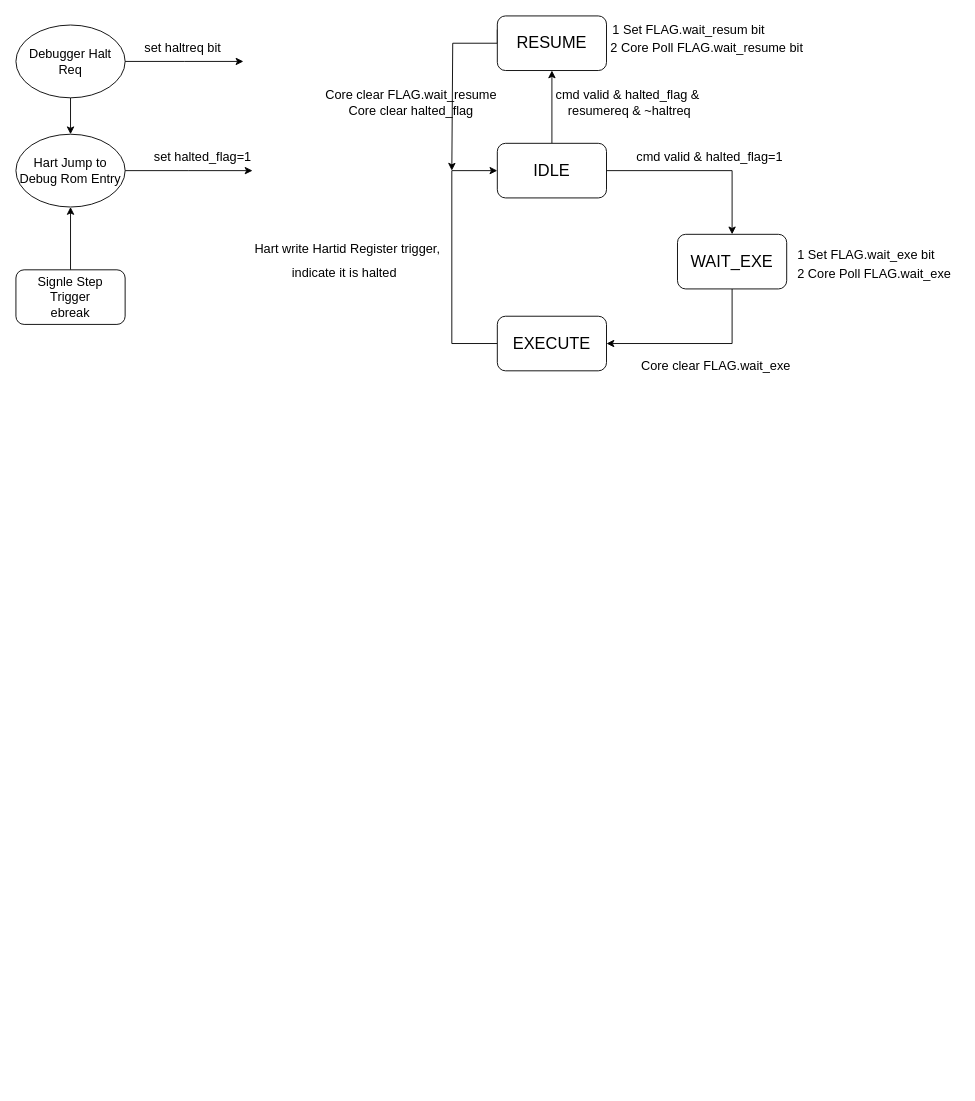
The draw.io diagram 未命名绘图.drawio in blin123/hdl, before the edit. Source tidied: cells renumbered, new cells numbered last; positions are measured from the earlier drawing's top-left corner, leaving out a move shared by most shapes. Both pictures are drawn from the tidied source at 91%, with x=0, y=0 at pixel (15, 15).
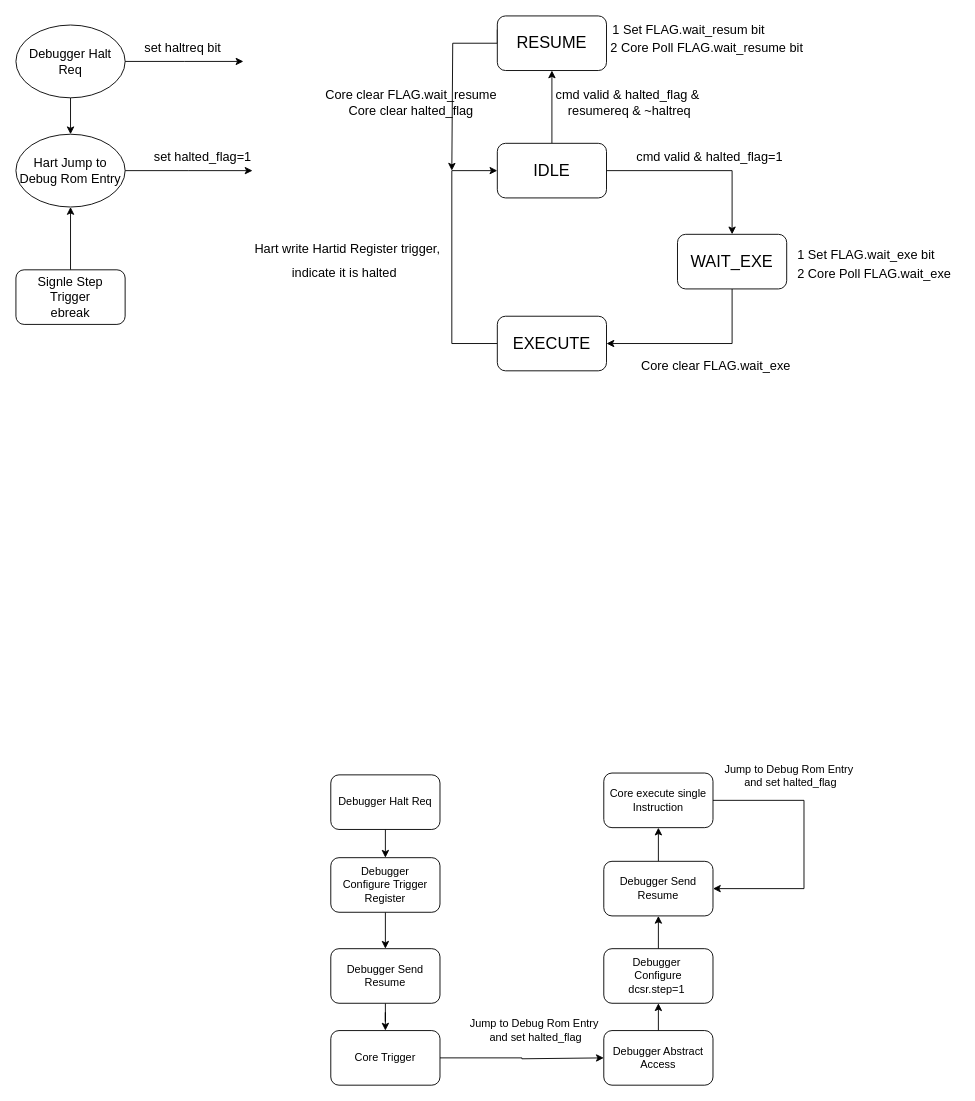
Above is the later version.

Commit message:
更新未命名绘图.drawio

Diff of the diagram source:
```diff
@@
+    <mxCell id="29" style="edgeStyle=orthogonalEdgeStyle;rounded=0;jettySize=auto;html=1;exitX=0.5;exitY=1;exitDx=0;exitDy=0;entryX=0.5;entryY=0;entryDx=0;entryDy=0;" parent="1" edge="1" source="30" target="32">
+      <mxGeometry relative="1" as="geometry" />
+    </mxCell>
+    <mxCell id="30" value="Debugger Halt Req" style="rounded=1;whiteSpace=wrap;html=1;" parent="1" vertex="1">
+      <mxGeometry x="346" y="834" width="120" height="60" as="geometry" />
+    </mxCell>
+    <mxCell id="31" style="edgeStyle=orthogonalEdgeStyle;rounded=0;jettySize=auto;html=1;exitX=0.5;exitY=1;exitDx=0;exitDy=0;entryX=0.5;entryY=0;entryDx=0;entryDy=0;" parent="1" edge="1" source="32" target="34">
+      <mxGeometry relative="1" as="geometry" />
+    </mxCell>
+    <mxCell id="32" value="Debugger C&lt;span style=&quot;white-space: pre;&quot;&gt;onfigure&lt;/span&gt;&amp;nbsp;Trigger Register" style="rounded=1;whiteSpace=wrap;html=1;" parent="1" vertex="1">
+      <mxGeometry x="346" y="925" width="120" height="60" as="geometry" />
+    </mxCell>
+    <mxCell id="33" style="edgeStyle=orthogonalEdgeStyle;rounded=0;jettySize=auto;html=1;exitX=0.5;exitY=1;exitDx=0;exitDy=0;" parent="1" edge="1" source="34" target="36">
+      <mxGeometry relative="1" as="geometry" />
+    </mxCell>
+    <mxCell id="34" value="Debugger Send Resume" style="rounded=1;whiteSpace=wrap;html=1;" parent="1" vertex="1">
+      <mxGeometry x="346" y="1025" width="120" height="60" as="geometry" />
+    </mxCell>
+    <mxCell id="35" style="edgeStyle=orthogonalEdgeStyle;rounded=0;jettySize=auto;html=1;exitX=1;exitY=0.5;exitDx=0;exitDy=0;entryX=0;entryY=0.5;entryDx=0;entryDy=0;" parent="1" edge="1" source="36" target="39">
+      <mxGeometry relative="1" as="geometry">
+        <Array as="points">
+          <mxPoint x="556" y="1145" />
+          <mxPoint x="706" y="1146" />
+        </Array>
+      </mxGeometry>
+    </mxCell>
+    <mxCell id="36" value="Core Trigger" style="rounded=1;whiteSpace=wrap;html=1;" parent="1" vertex="1">
+      <mxGeometry x="346" y="1115" width="120" height="60" as="geometry" />
+    </mxCell>
+    <mxCell id="37" value="Jump to Debug Rom Entry&amp;nbsp;&lt;div&gt;and&amp;nbsp;&lt;span style=&quot;background-color: initial;&quot;&gt;set halted_flag&lt;/span&gt;&lt;/div&gt;" style="text;html=1;align=center;verticalAlign=middle;strokeColor=none;fillColor=none;" parent="1" vertex="1">
+      <mxGeometry x="486" y="1095" width="170" height="40" as="geometry" />
+    </mxCell>
+    <mxCell id="38" style="edgeStyle=orthogonalEdgeStyle;rounded=0;jettySize=auto;html=1;exitX=0.5;exitY=0;exitDx=0;exitDy=0;entryX=0.5;entryY=1;entryDx=0;entryDy=0;" parent="1" edge="1" source="39" target="41">
+      <mxGeometry relative="1" as="geometry" />
+    </mxCell>
+    <mxCell id="39" value="Debugger Abstract Access" style="rounded=1;whiteSpace=wrap;html=1;" parent="1" vertex="1">
+      <mxGeometry x="646" y="1115" width="120" height="60" as="geometry" />
+    </mxCell>
+    <mxCell id="40" style="edgeStyle=orthogonalEdgeStyle;rounded=0;jettySize=auto;html=1;exitX=0.5;exitY=0;exitDx=0;exitDy=0;entryX=0.5;entryY=1;entryDx=0;entryDy=0;" parent="1" edge="1" source="41" target="43">
+      <mxGeometry relative="1" as="geometry" />
+    </mxCell>
+    <mxCell id="41" value="Debugger&amp;nbsp;&lt;div&gt;Configure dcsr.step=1&amp;nbsp;&lt;/div&gt;" style="rounded=1;whiteSpace=wrap;html=1;" parent="1" vertex="1">
+      <mxGeometry x="646" y="1025" width="120" height="60" as="geometry" />
+    </mxCell>
+    <mxCell id="42" style="edgeStyle=orthogonalEdgeStyle;rounded=0;jettySize=auto;html=1;exitX=0.5;exitY=0;exitDx=0;exitDy=0;entryX=0.5;entryY=1;entryDx=0;entryDy=0;" parent="1" edge="1" source="43" target="45">
+      <mxGeometry relative="1" as="geometry" />
+    </mxCell>
+    <mxCell id="43" value="Debugger Send&lt;div&gt;Resume&lt;/div&gt;" style="rounded=1;whiteSpace=wrap;html=1;" parent="1" vertex="1">
+      <mxGeometry x="646" y="929" width="120" height="60" as="geometry" />
+    </mxCell>
+    <mxCell id="44" style="edgeStyle=orthogonalEdgeStyle;rounded=0;jettySize=auto;html=1;exitX=1;exitY=0.5;exitDx=0;exitDy=0;entryX=1;entryY=0.5;entryDx=0;entryDy=0;" parent="1" edge="1" source="45" target="43">
+      <mxGeometry relative="1" as="geometry">
+        <Array as="points">
+          <mxPoint x="866" y="862" />
+          <mxPoint x="866" y="959" />
+        </Array>
+      </mxGeometry>
+    </mxCell>
+    <mxCell id="45" value="Core execute single Instruction" style="rounded=1;whiteSpace=wrap;html=1;" parent="1" vertex="1">
+      <mxGeometry x="646" y="832" width="120" height="60" as="geometry" />
+    </mxCell>
+    <mxCell id="46" value="Jump to Debug Rom Entry&amp;nbsp;&lt;div&gt;and&amp;nbsp;&lt;span style=&quot;background-color: initial;&quot;&gt;set halted_flag&lt;/span&gt;&lt;/div&gt;" style="text;html=1;align=center;verticalAlign=middle;strokeColor=none;fillColor=none;" parent="1" vertex="1">
+      <mxGeometry x="766" y="815" width="170" height="40" as="geometry" />
+    </mxCell>
```
